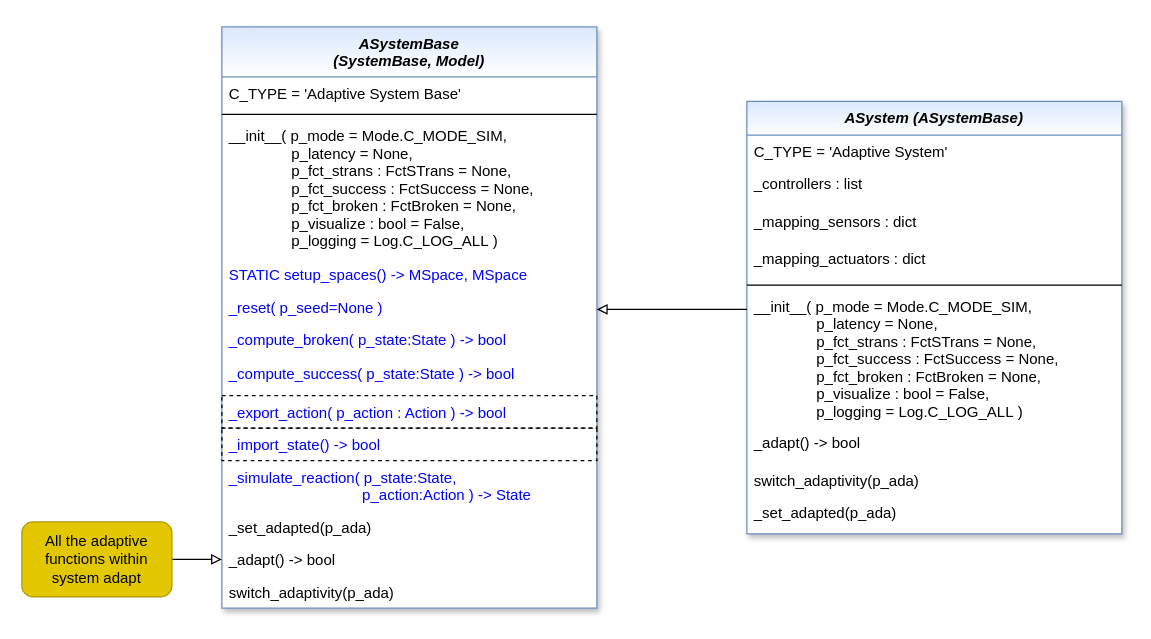
This is doc/rtd/content/04_appendices/appendix2/sub/core/images/bf/MLPro-BF-Systems-AdaptiveSystems_class_diagram.drawio from fhswf/MLPro, a draw.io file, before an edit. Source tidied: cells renumbered, new cells numbered last; positions are measured from the earlier drawing's top-left corner, leaving out a move shared by most shapes. Both pictures are drawn from the tidied source at 125%, with x=0, y=0 at pixel (21, 26).
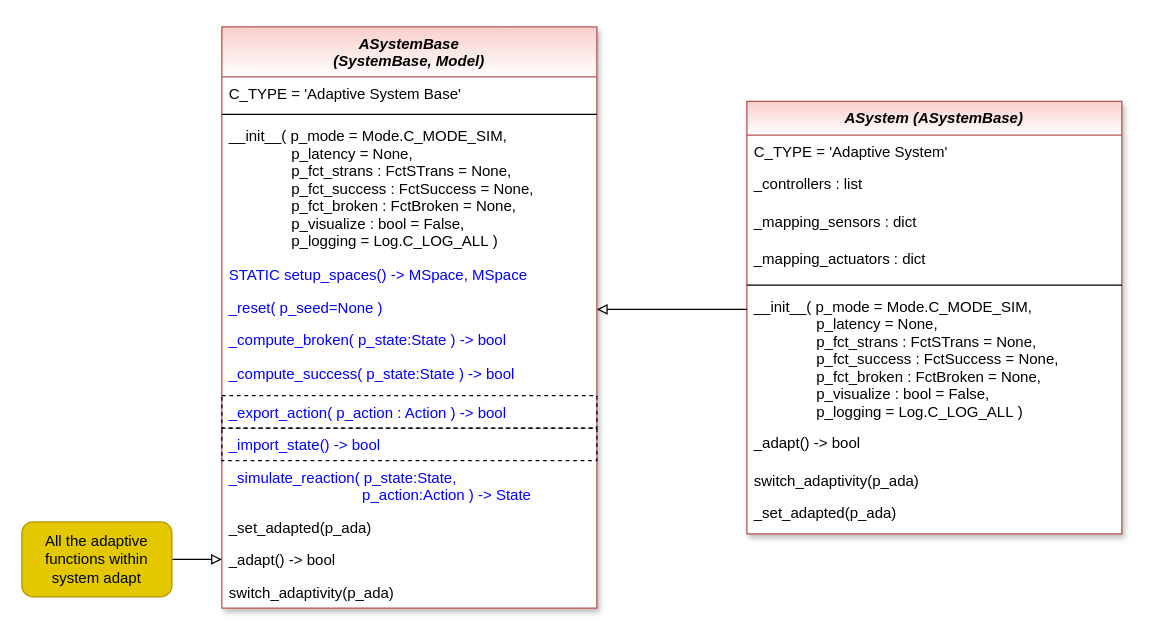
Above is the later version.

Commit message (it also covers changes not shown here):
adaptive systems, oa systems

Change to the diagram source:
```diff
@@
-    <mxCell id="2" value="ASystemBase&#10;(SystemBase, Model)" style="swimlane;fontStyle=3;align=center;verticalAlign=top;horizontal=1;startSize=40;rounded=0;shadow=1;strokeWidth=1;fillColor=#dae8fc;strokeColor=#6c8ebf;swimlaneFillColor=#ffffff;gradientColor=#FFFFFF;" parent="1" vertex="1">
+    <mxCell id="2" value="ASystemBase&#10;(SystemBase, Model)" style="swimlane;fontStyle=3;align=center;verticalAlign=top;horizontal=1;startSize=40;rounded=0;shadow=1;strokeWidth=1;fillColor=#f8cecc;strokeColor=#b85450;swimlaneFillColor=#ffffff;gradientColor=#FFFFFF;" parent="1" vertex="1">
       <mxGeometry x="160" width="300" height="465" as="geometry" />
     </mxCell>
@@
-    <mxCell id="16" value="ASystem (ASystemBase)" style="swimlane;fontStyle=3;align=center;verticalAlign=top;horizontal=1;startSize=27;rounded=0;shadow=1;strokeWidth=1;fillColor=#dae8fc;strokeColor=#6c8ebf;swimlaneFillColor=#ffffff;gradientColor=#FFFFFF;" parent="1" vertex="1">
+    <mxCell id="16" value="ASystem (ASystemBase)" style="swimlane;fontStyle=3;align=center;verticalAlign=top;horizontal=1;startSize=27;rounded=0;shadow=1;strokeWidth=1;fillColor=#f8cecc;strokeColor=#b85450;swimlaneFillColor=#ffffff;gradientColor=#FFFFFF;" parent="1" vertex="1">
       <mxGeometry x="580" y="59.5" width="300" height="346" as="geometry" />
     </mxCell>
```
